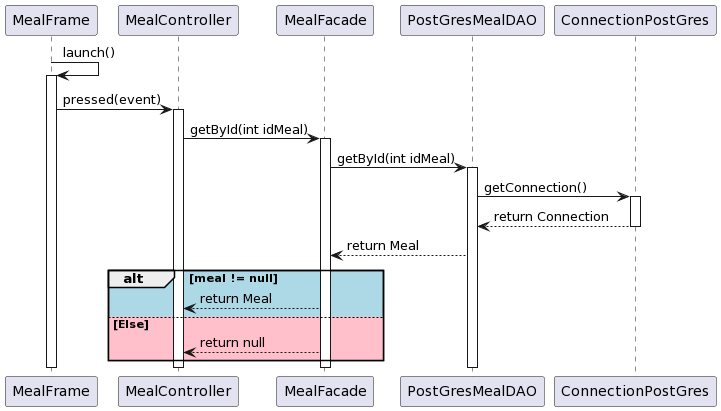
Earlier version of the PlantUML export diagrammes/Meal/sequence-meal-getById.png (thmsfnr/Simplify). Source of this version:
```plantuml
@startuml
MealFrame -> MealFrame : launch()
activate MealFrame

MealFrame -> MealController: pressed(event)
activate MealController

MealController -> MealFacade: getById(int idMeal)
activate MealFacade

MealFacade -> PostGresMealDAO : getById(int idMeal)
activate PostGresMealDAO

PostGresMealDAO -> ConnectionPostGres : getConnection()
activate ConnectionPostGres
ConnectionPostGres --> PostGresMealDAO : return Connection
deactivate ConnectionPostGres
PostGresMealDAO --> MealFacade : return Meal


alt #LightBlue meal != null

    MealFacade --> MealController: return Meal

else #Pink Else

    MealFacade --> MealController: return null
end


deactivate PostGresMealDAO
deactivate MealFacade
deactivate MealController
deactivate MealFrame
@enduml
```
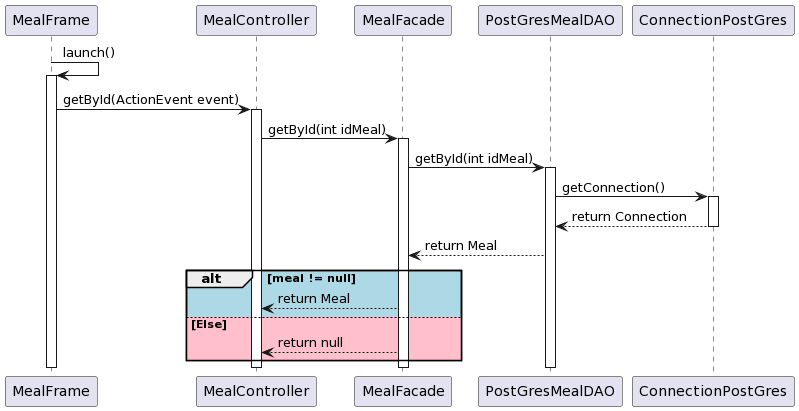
Later version of the same file.

Commit message:
correction diagramme classe et sequence meal

Change to the diagram source:
```diff
@@ -2,7 +2,7 @@
 MealFrame -> MealFrame : launch()
 activate MealFrame
 
-MealFrame -> MealController: pressed(event)
+MealFrame -> MealController: getById(ActionEvent event)
 activate MealController
 
 MealController -> MealFacade: getById(int idMeal)
```
